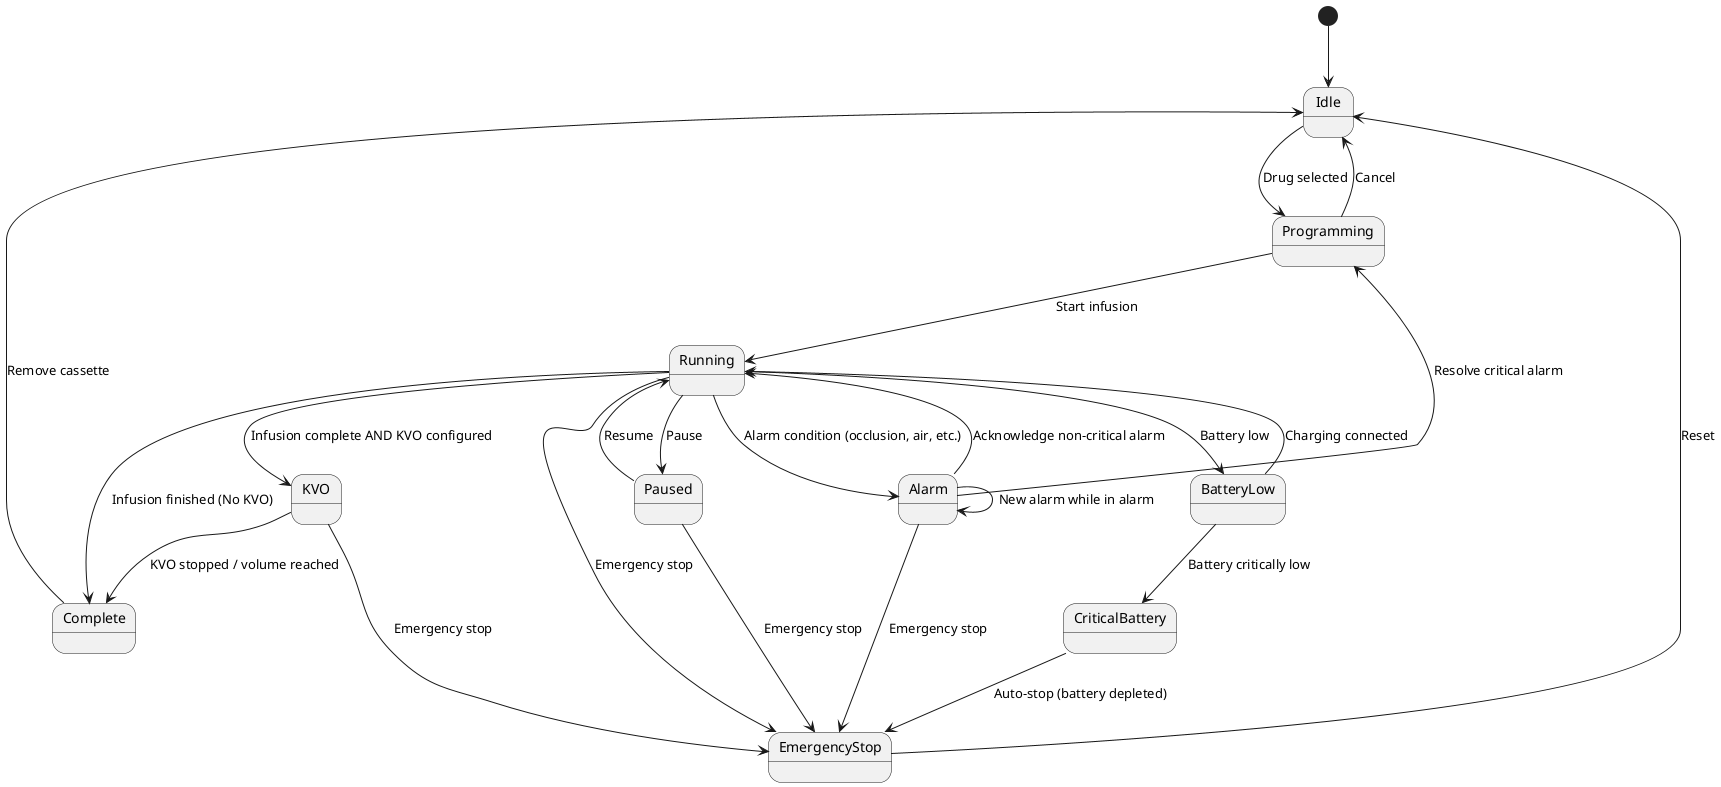
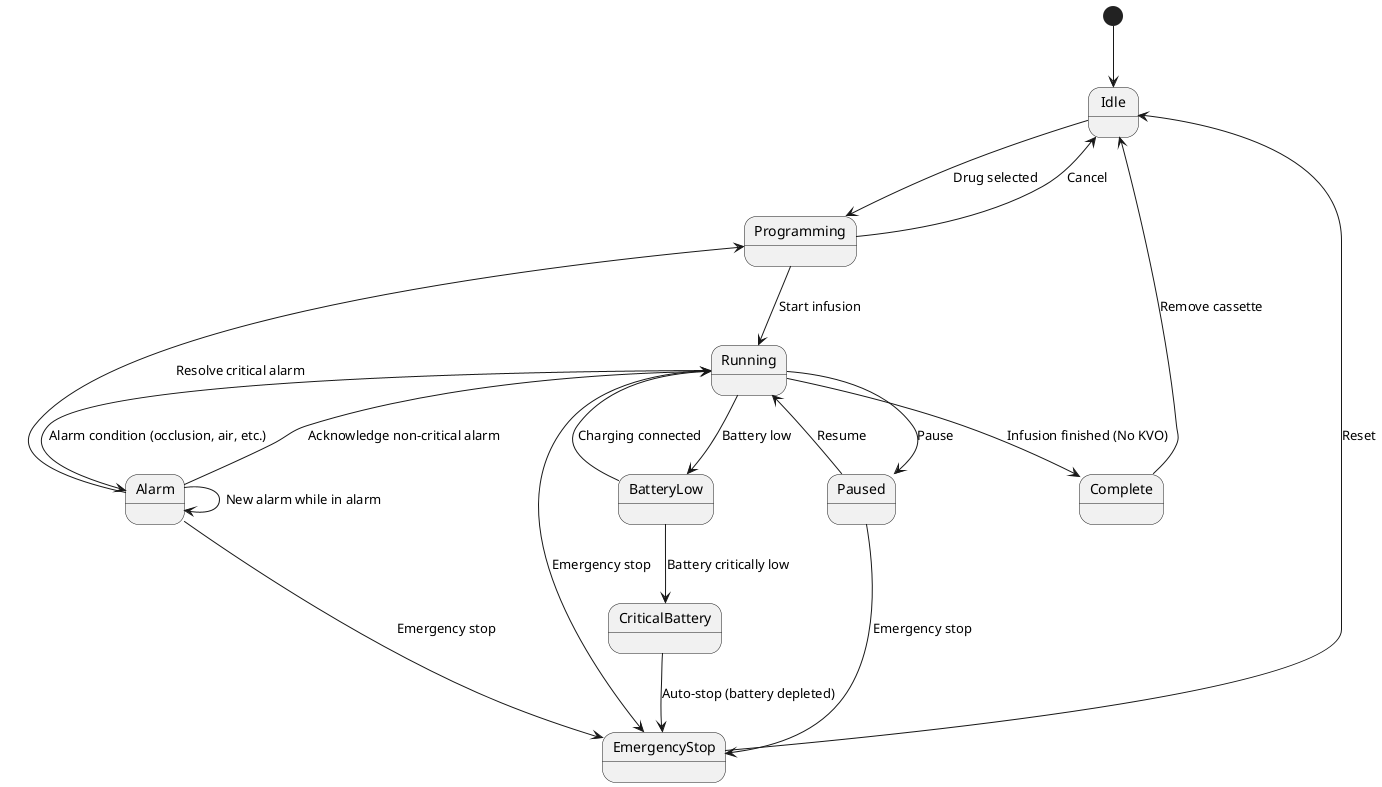
@startuml
[*] --> Idle

Idle --> Programming : Drug selected
Programming --> Idle : Cancel
Programming --> Running : Start infusion

Running --> Paused : Pause
Paused --> Running : Resume
- 
- ' KVO State Implementation
- Running --> KVO : Infusion complete AND KVO configured
- KVO --> Complete : KVO stopped / volume reached
- KVO --> EmergencyStop : Emergency stop

' Safety-conscious Alarm Transitions
Running --> Alarm : Alarm condition (occlusion, air, etc.)
Alarm --> Alarm : New alarm while in alarm
Alarm --> Running : Acknowledge non-critical alarm
Alarm --> Programming : Resolve critical alarm

' Emergency Stop Paths
Running --> EmergencyStop : Emergency stop
Paused --> EmergencyStop : Emergency stop
Alarm --> EmergencyStop : Emergency stop
EmergencyStop --> Idle : Reset

' Battery Logic : CriticalBattery Redirection
Running --> BatteryLow : Battery low
BatteryLow --> Running : Charging connected
BatteryLow --> CriticalBattery : Battery critically low
CriticalBattery --> EmergencyStop : Auto-stop (battery depleted)

' Completion Logic
Running --> Complete : Infusion finished (No KVO)
Complete --> Idle : Remove cassette
@enduml